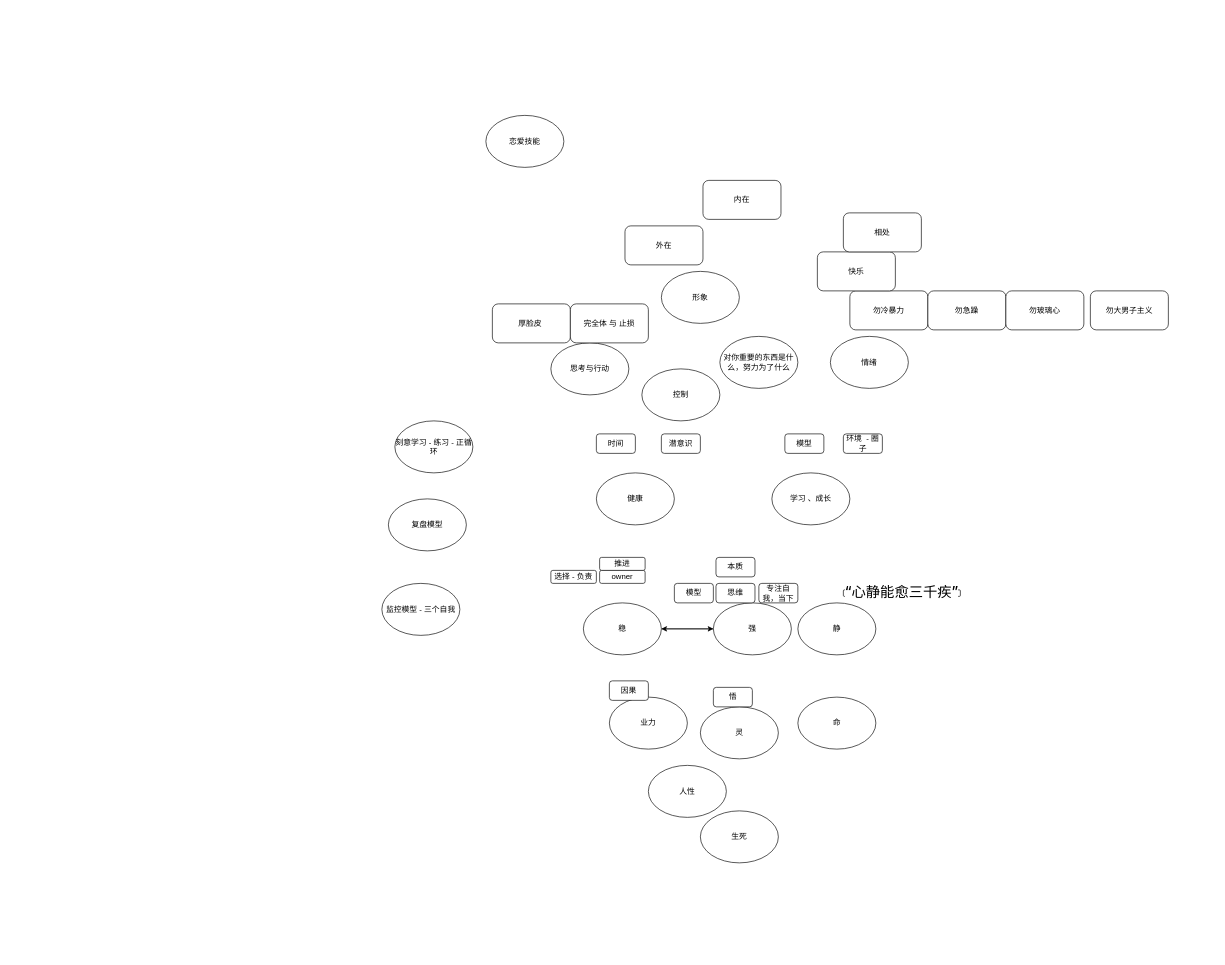
Asamiyaa/microservice-k8s-yun keeps this draw.io diagram as menus/第四代模型.drawio. Above is the earlier version. Source tidied: cells renumbered, new cells numbered last; positions are measured from the earlier drawing's top-left corner, leaving out a move shared by most shapes. Both pictures are drawn from the tidied source at 65%, with x=0, y=0 at pixel (382, 115).
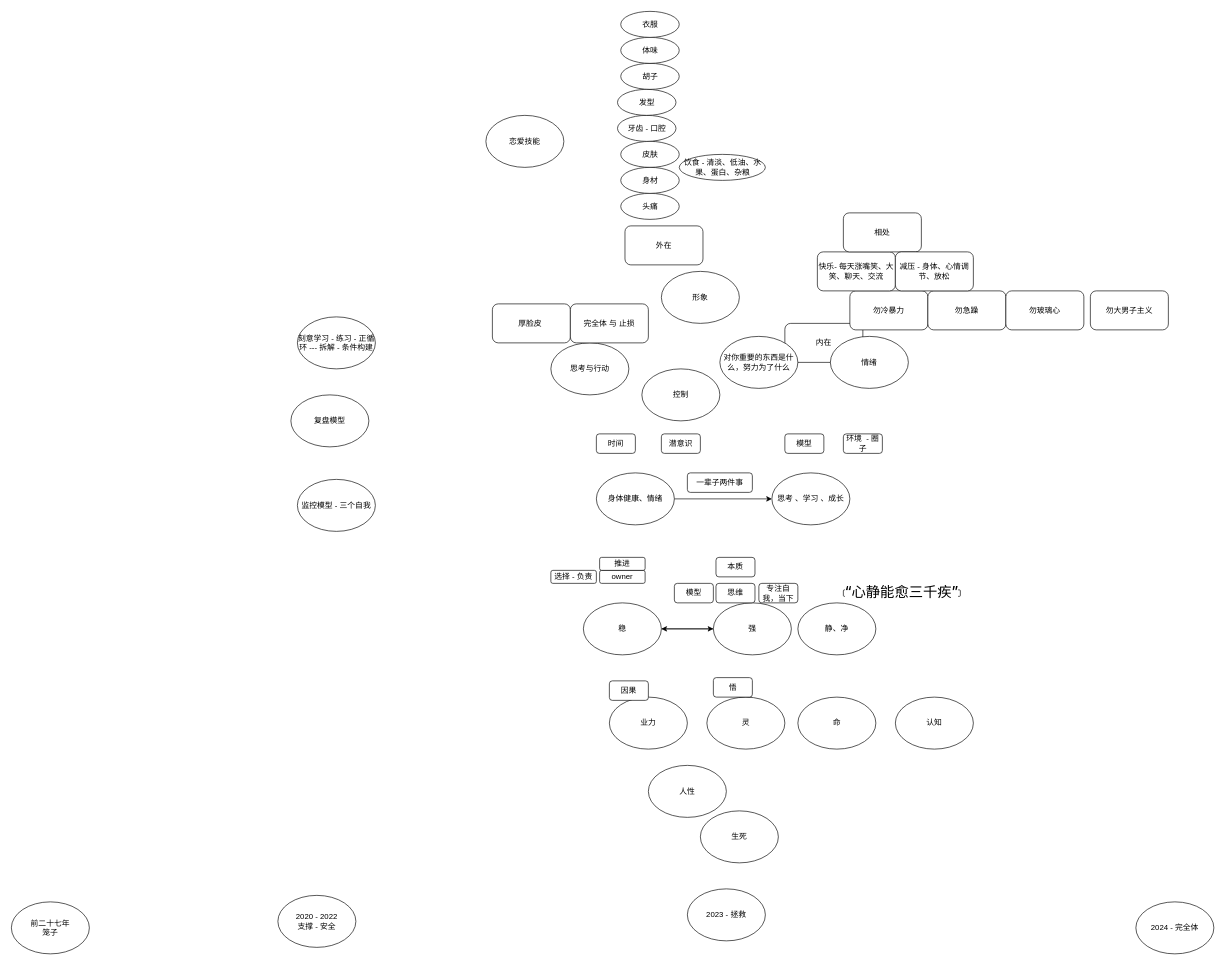
The same page after the edit.

Commit message:
更新第四代模型.drawio

The edit, as a diff of the source:
```diff
@@
     <mxCell id="4" value="内在" style="rounded=1;whiteSpace=wrap;html=1;" parent="1" vertex="1">
-      <mxGeometry x="494" y="100" width="120" height="60" as="geometry" />
+      <mxGeometry x="620" y="320" width="120" height="60" as="geometry" />
     </mxCell>
@@
-    <mxCell id="9" value="静" style="ellipse;whiteSpace=wrap;html=1;" parent="1" vertex="1">
+    <mxCell id="9" value="静、净" style="ellipse;whiteSpace=wrap;html=1;" parent="1" vertex="1">
       <mxGeometry x="640" y="750" width="120" height="80" as="geometry" />
     </mxCell>
     <mxCell id="10" value="灵" style="ellipse;whiteSpace=wrap;html=1;" parent="1" vertex="1">
-      <mxGeometry x="490" y="910" width="120" height="80" as="geometry" />
+      <mxGeometry x="500" y="895" width="120" height="80" as="geometry" />
     </mxCell>
@@
     <mxCell id="25" value="悟" style="rounded=1;whiteSpace=wrap;html=1;" parent="1" vertex="1">
-      <mxGeometry x="510" y="880" width="60" height="30" as="geometry" />
+      <mxGeometry x="510" y="865" width="60" height="30" as="geometry" />
     </mxCell>
+    <mxCell id="47" style="edgeStyle=orthogonalEdgeStyle;rounded=0;jettySize=auto;html=1;exitX=1;exitY=0.5;exitDx=0;exitDy=0;" parent="1" edge="1" source="26" target="27">
+      <mxGeometry relative="1" as="geometry" />
+    </mxCell>
-    <mxCell id="26" value="健康" style="ellipse;whiteSpace=wrap;html=1;" parent="1" vertex="1">
+    <mxCell id="26" value="身体健康、情绪" style="ellipse;whiteSpace=wrap;html=1;" parent="1" vertex="1">
       <mxGeometry x="330" y="550" width="120" height="80" as="geometry" />
     </mxCell>
-    <mxCell id="27" value="学习 、成长" style="ellipse;whiteSpace=wrap;html=1;" parent="1" vertex="1">
+    <mxCell id="27" value="思考 、学习 、成长" style="ellipse;whiteSpace=wrap;html=1;" parent="1" vertex="1">
       <mxGeometry x="600" y="550" width="120" height="80" as="geometry" />
     </mxCell>
@@
-    <mxCell id="29" value="快乐" style="rounded=1;whiteSpace=wrap;html=1;" parent="1" vertex="1">
+    <mxCell id="29" value="快乐- 每天涨嘴笑、大笑、聊天、交流" style="rounded=1;whiteSpace=wrap;html=1;" parent="1" vertex="1">
       <mxGeometry x="670" y="210" width="120" height="60" as="geometry" />
     </mxCell>
@@
     <mxCell id="36" value="监控模型 - 三个自我" style="ellipse;whiteSpace=wrap;html=1;" parent="1" vertex="1">
-      <mxGeometry y="720" width="120" height="80" as="geometry" />
+      <mxGeometry x="-130" y="560" width="120" height="80" as="geometry" />
     </mxCell>
     <mxCell id="37" value="复盘模型" style="ellipse;whiteSpace=wrap;html=1;" parent="1" vertex="1">
-      <mxGeometry x="10" y="590" width="120" height="80" as="geometry" />
+      <mxGeometry x="-140" y="430" width="120" height="80" as="geometry" />
     </mxCell>
-    <mxCell id="38" value="刻意学习 - 练习 - 正循环" style="ellipse;whiteSpace=wrap;html=1;" parent="1" vertex="1">
-      <mxGeometry x="20" y="470" width="120" height="80" as="geometry" />
+    <mxCell id="38" value="刻意学习 - 练习 - 正循环 --- 拆解 - 条件构建" style="ellipse;whiteSpace=wrap;html=1;" parent="1" vertex="1">
+      <mxGeometry x="-130" y="310" width="120" height="80" as="geometry" />
     </mxCell>
@@
+    <mxCell id="48" value="头痛" style="ellipse;whiteSpace=wrap;html=1;" parent="1" vertex="1">
+      <mxGeometry x="367.5" y="120" width="90" height="40" as="geometry" />
+    </mxCell>
+    <mxCell id="49" value="皮肤" style="ellipse;whiteSpace=wrap;html=1;" parent="1" vertex="1">
+      <mxGeometry x="367.5" y="40" width="90" height="40" as="geometry" />
+    </mxCell>
+    <mxCell id="50" value="牙齿 - 口腔" style="ellipse;whiteSpace=wrap;html=1;" parent="1" vertex="1">
+      <mxGeometry x="362.5" width="90" height="40" as="geometry" />
+    </mxCell>
+    <mxCell id="51" value="发型" style="ellipse;whiteSpace=wrap;html=1;" parent="1" vertex="1">
+      <mxGeometry x="362.5" y="-40" width="90" height="40" as="geometry" />
+    </mxCell>
+    <mxCell id="52" value="胡子" style="ellipse;whiteSpace=wrap;html=1;" parent="1" vertex="1">
+      <mxGeometry x="367.5" y="-80" width="90" height="40" as="geometry" />
+    </mxCell>
+    <mxCell id="53" value="体味" style="ellipse;whiteSpace=wrap;html=1;" parent="1" vertex="1">
+      <mxGeometry x="367.5" y="-120" width="90" height="40" as="geometry" />
+    </mxCell>
+    <mxCell id="54" value="衣服" style="ellipse;whiteSpace=wrap;html=1;" parent="1" vertex="1">
+      <mxGeometry x="367.5" y="-160" width="90" height="40" as="geometry" />
+    </mxCell>
+    <mxCell id="55" value="身材" style="ellipse;whiteSpace=wrap;html=1;" parent="1" vertex="1">
+      <mxGeometry x="367.5" y="80" width="90" height="40" as="geometry" />
+    </mxCell>
+    <mxCell id="56" value="前二十七年&lt;br&gt;笼子" style="ellipse;whiteSpace=wrap;html=1;" parent="1" vertex="1">
+      <mxGeometry x="-570" y="1210" width="120" height="80" as="geometry" />
+    </mxCell>
+    <mxCell id="57" value="2020 - 2022&lt;br&gt;支撑 - 安全" style="ellipse;whiteSpace=wrap;html=1;" parent="1" vertex="1">
+      <mxGeometry x="-160" y="1200" width="120" height="80" as="geometry" />
+    </mxCell>
+    <mxCell id="58" value="2023 - 拯救" style="ellipse;whiteSpace=wrap;html=1;" parent="1" vertex="1">
+      <mxGeometry x="470" y="1190" width="120" height="80" as="geometry" />
+    </mxCell>
+    <mxCell id="59" value="2024 - 完全体" style="ellipse;whiteSpace=wrap;html=1;" parent="1" vertex="1">
+      <mxGeometry x="1160" y="1210" width="120" height="80" as="geometry" />
+    </mxCell>
+    <mxCell id="60" value="一辈子两件事" style="rounded=1;whiteSpace=wrap;html=1;" parent="1" vertex="1">
+      <mxGeometry x="470" y="550" width="100" height="30" as="geometry" />
+    </mxCell>
+    <mxCell id="61" value="认知" style="ellipse;whiteSpace=wrap;html=1;" parent="1" vertex="1">
+      <mxGeometry x="790" y="895" width="120" height="80" as="geometry" />
+    </mxCell>
+    <mxCell id="62" value="减压 - 身体、心情调节、放松" style="rounded=1;whiteSpace=wrap;html=1;" parent="1" vertex="1">
+      <mxGeometry x="790" y="210" width="120" height="60" as="geometry" />
+    </mxCell>
+    <mxCell id="63" value="饮食 - 清淡、低油、水果、蛋白、杂粮" style="ellipse;whiteSpace=wrap;html=1;" parent="1" vertex="1">
+      <mxGeometry x="457.5" y="60" width="132.5" height="40" as="geometry" />
+    </mxCell>
```
